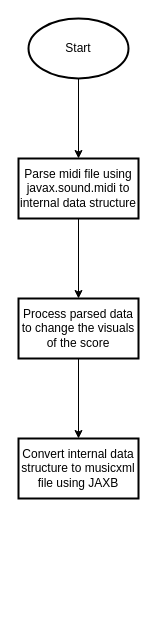
The draw.io diagram docs/flowcharts/1.1 overview-alt.drawio in Bingergie/midi2musicxml, before the edit. Source tidied: cells renumbered, new cells numbered last; positions are measured from the earlier drawing's top-left corner, leaving out a move shared by most shapes. Both pictures are drawn from the tidied source at 100%, with x=0, y=0 at pixel (18, 18).
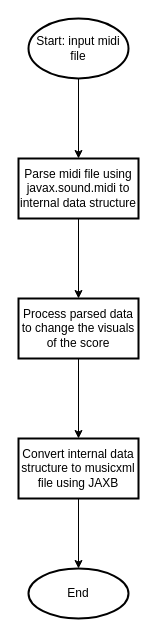
The same page after the edit.

Diff of the diagram source:
```diff
@@
 <mxGraphModel>
   <root>
     <mxCell id="0" />
     <mxCell id="1" parent="0" />
     <mxCell id="2" style="edgeStyle=orthogonalEdgeStyle;rounded=0;jettySize=auto;html=1;" parent="1" edge="1" source="3" target="5">
       <mxGeometry relative="1" as="geometry" />
     </mxCell>
-    <mxCell id="3" value="Start" style="strokeWidth=2;html=1;shape=mxgraph.flowchart.start_1;whiteSpace=wrap;" parent="1" vertex="1">
+    <mxCell id="3" value="Start: input midi file" style="strokeWidth=2;html=1;shape=mxgraph.flowchart.start_1;whiteSpace=wrap;" parent="1" vertex="1">
       <mxGeometry x="10" width="100" height="60" as="geometry" />
     </mxCell>
     <mxCell id="4" style="edgeStyle=orthogonalEdgeStyle;rounded=0;jettySize=auto;html=1;" parent="1" edge="1" source="5" target="7">
       <mxGeometry relative="1" as="geometry" />
     </mxCell>
     <mxCell id="5" value="Parse midi file using javax.sound.midi to internal data structure" style="whiteSpace=wrap;html=1;strokeWidth=2;" parent="1" vertex="1">
       <mxGeometry y="140" width="120" height="60" as="geometry" />
     </mxCell>
     <mxCell id="6" style="edgeStyle=orthogonalEdgeStyle;rounded=0;jettySize=auto;html=1;" parent="1" edge="1" source="7" target="8">
       <mxGeometry relative="1" as="geometry" />
     </mxCell>
     <mxCell id="7" value="Process parsed data to change the visuals of the score" style="whiteSpace=wrap;html=1;strokeWidth=2;" parent="1" vertex="1">
       <mxGeometry y="280" width="120" height="60" as="geometry" />
     </mxCell>
+    <mxCell id="9" style="edgeStyle=orthogonalEdgeStyle;rounded=0;jettySize=auto;html=1;" parent="1" edge="1" source="8" target="10">
+      <mxGeometry relative="1" as="geometry" />
+    </mxCell>
     <mxCell id="8" value="Convert internal data structure to musicxml file using JAXB" style="whiteSpace=wrap;html=1;strokeWidth=2;" parent="1" vertex="1">
       <mxGeometry y="420" width="120" height="60" as="geometry" />
     </mxCell>
+    <mxCell id="10" value="End" style="ellipse;whiteSpace=wrap;html=1;strokeWidth=2;" parent="1" vertex="1">
+      <mxGeometry x="10" y="550" width="100" height="50" as="geometry" />
+    </mxCell>
   </root>
 </mxGraphModel>
```
